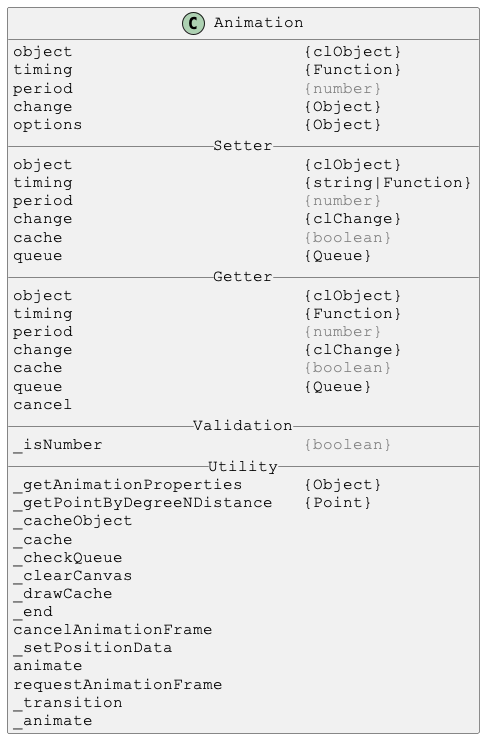
This is docs/PlantUml/image/Animation.png from Justin-Byrne/canvasLab, a PlantUML export, as it was before one commit.
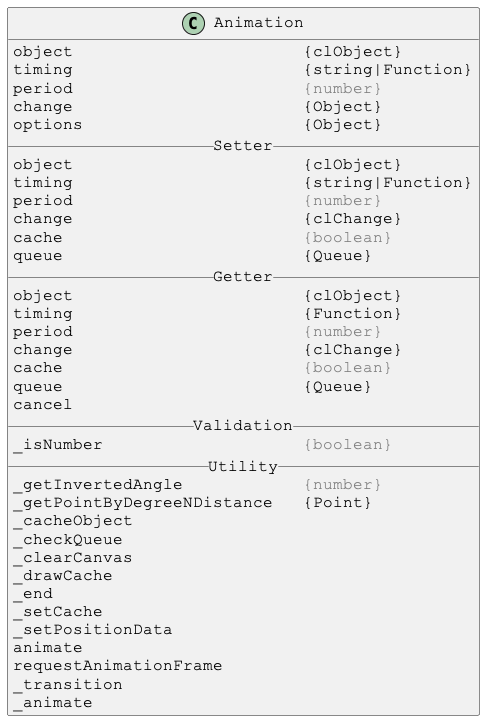
After the change.

Diff of the diagram source:
```diff
@@ -5,7 +5,7 @@
 
 class Animation {
 object                       {clObject}
-timing                       {Function}
+timing                       {string|Function}
 period                       <color:gray>{number}</color>
 change                       {Object}
 options                      {Object}
@@ -27,15 +27,14 @@
 __ Validation __
 _isNumber                    <color:gray>{boolean}</color>
 __ Utility __
-_getAnimationProperties      {Object}
+_getInvertedAngle            <color:gray>{number}</color>
 _getPointByDegreeNDistance   {Point}
 _cacheObject
-_cache
 _checkQueue
 _clearCanvas
 _drawCache
 _end
-cancelAnimationFrame
+_setCache
 _setPositionData
 animate
 requestAnimationFrame
```
